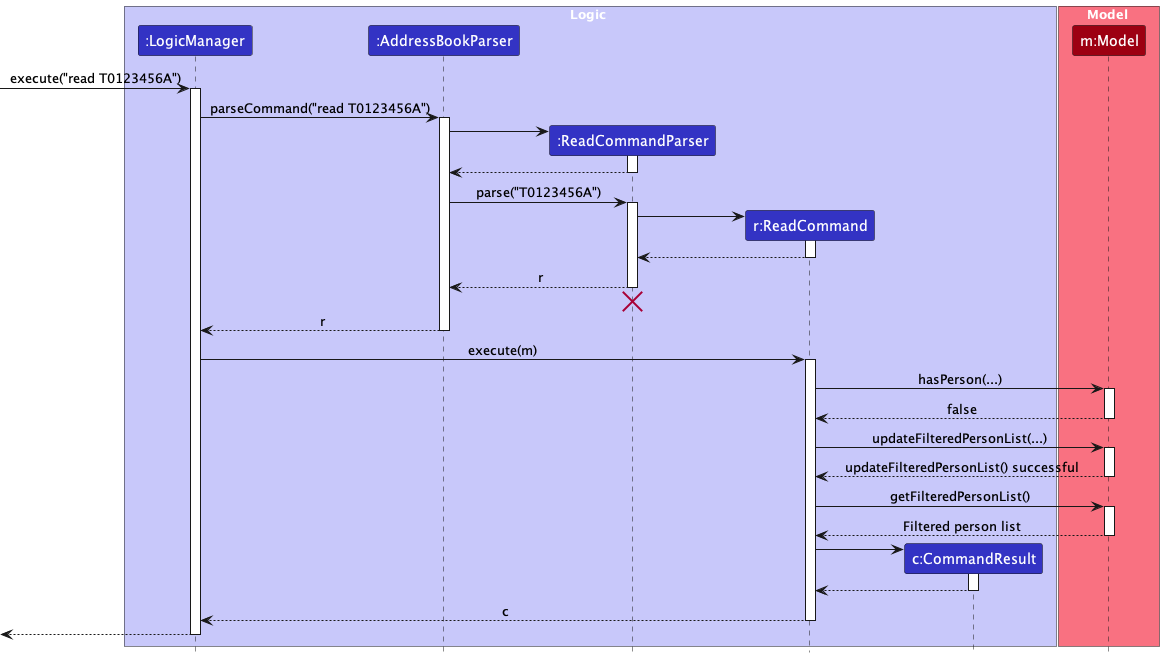
This is docs/images/ReadCommandSequenceDiagram.png from AY2324S2-CS2103T-T08-1/tp, a PlantUML export, as it was before one commit.
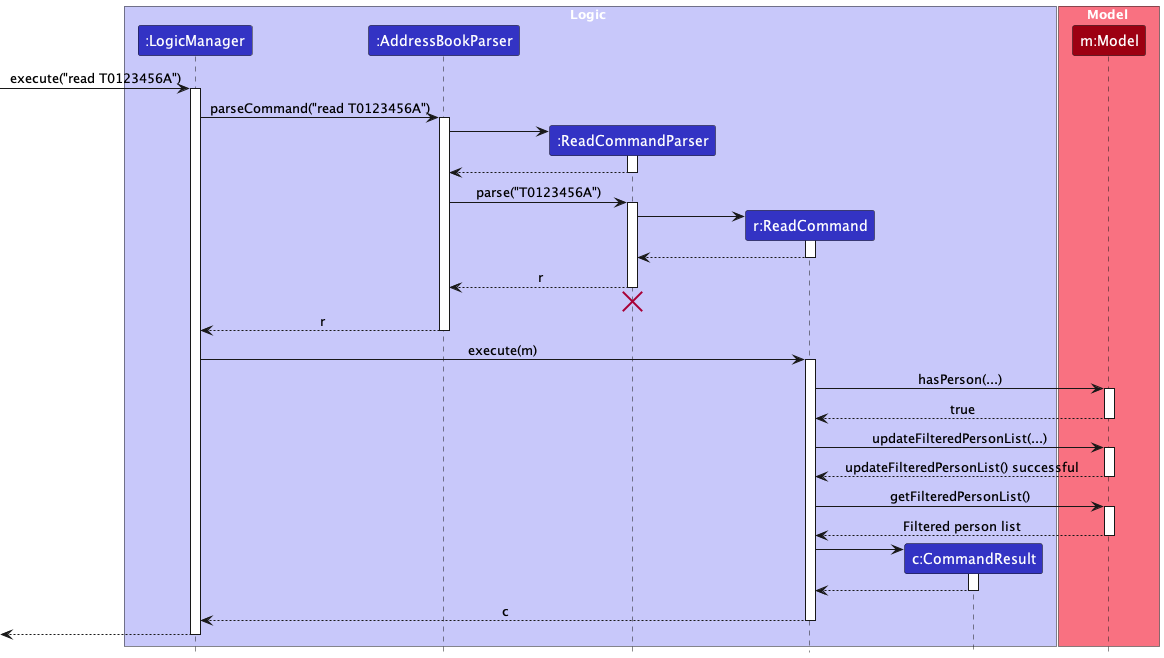
Later version of the same file.

Commit message:
Change return value to true for hasPerson().

The edit, as a diff of the source:
```diff
@@ -51,7 +51,7 @@
 ReadCommand -> Model : hasPerson(...)
 activate Model
 
-Model --> ReadCommand : false
+Model --> ReadCommand : true
 deactivate Model
 
 ReadCommand -> Model : updateFilteredPersonList(...)
```
